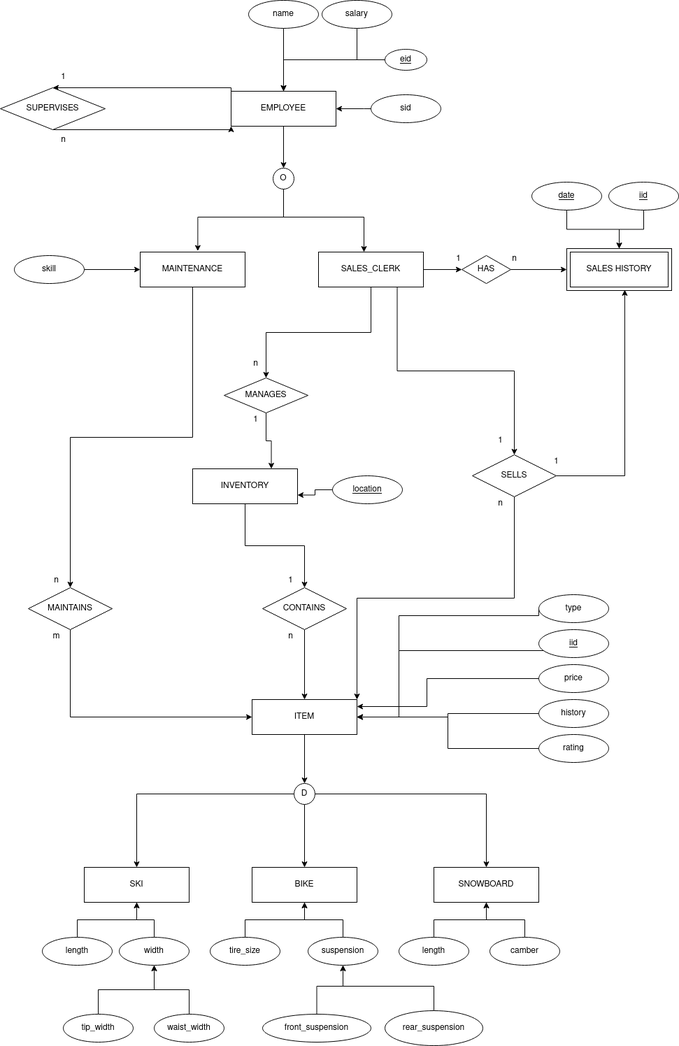
ajh416/BikeShop keeps this draw.io diagram as BikeShop.png. Above is the earlier version. Source tidied: cells renumbered, new cells last; positions are measured from the earlier drawing's top-left corner, leaving out a move shared by most shapes.
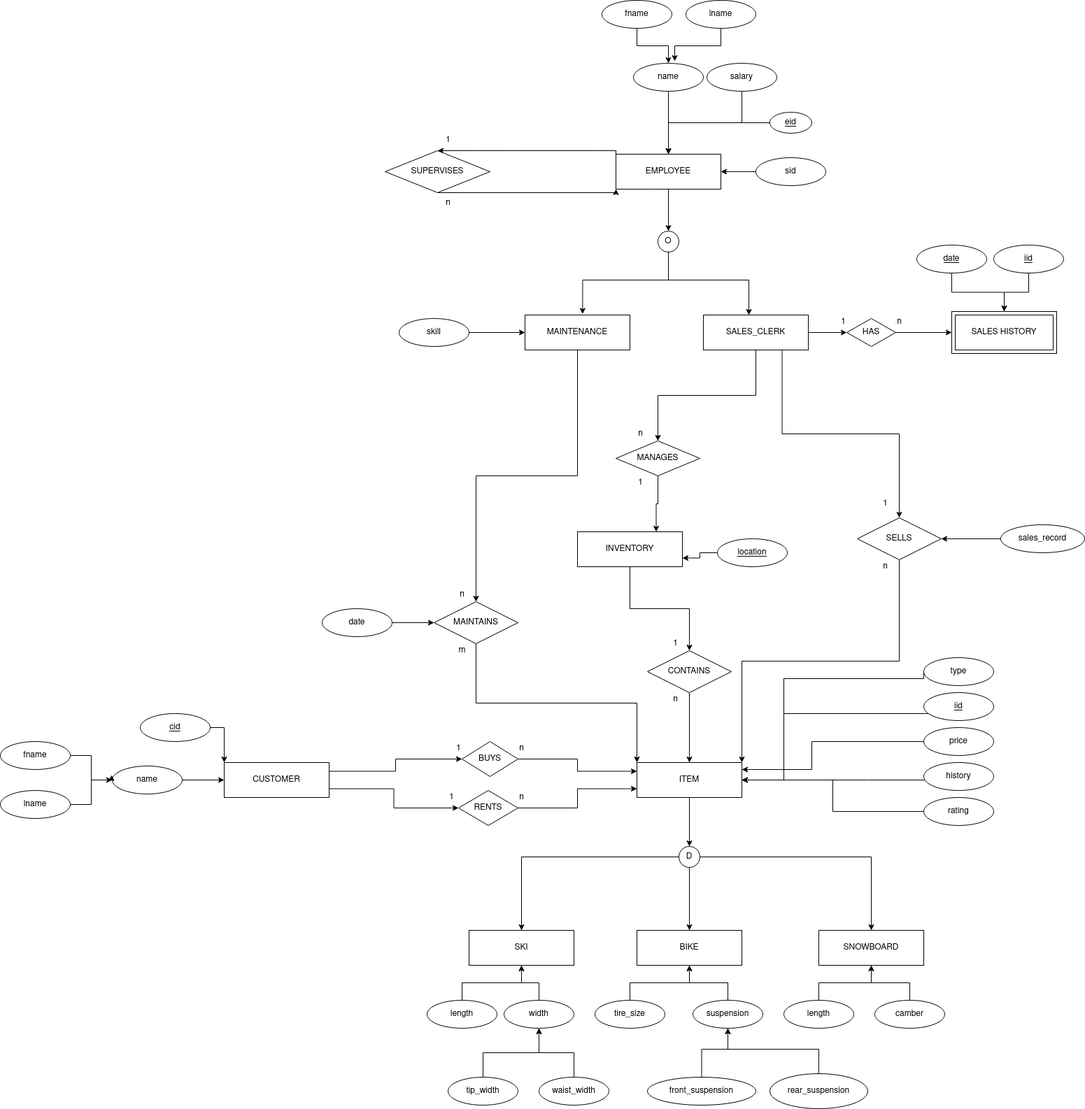
The same diagram one commit later.

What changed in the source:
```diff
@@ -85,7 +85,7 @@
       <mxGeometry relative="1" as="geometry" />
     </mxCell>
     <mxCell id="23" value="MANAGES" style="shape=rhombus;perimeter=rhombusPerimeter;whiteSpace=wrap;html=1;align=center;" parent="1" vertex="1">
-      <mxGeometry x="320" y="540" width="120" height="50" as="geometry" />
+      <mxGeometry x="330" y="540" width="120" height="50" as="geometry" />
     </mxCell>
     <mxCell id="24" style="edgeStyle=orthogonalEdgeStyle;rounded=0;jettySize=auto;html=1;" parent="1" edge="1" source="25" target="37">
       <mxGeometry relative="1" as="geometry" />
@@ -105,7 +105,12 @@
       <mxGeometry x="770" y="950" width="100" height="40" as="geometry" />
     </mxCell>
     <mxCell id="28" style="edgeStyle=orthogonalEdgeStyle;rounded=0;jettySize=auto;html=1;" parent="1" edge="1" source="29" target="25">
-      <mxGeometry relative="1" as="geometry" />
+      <mxGeometry relative="1" as="geometry">
+        <Array as="points">
+          <mxPoint x="690" y="1025" />
+          <mxPoint x="690" y="1025" />
+        </Array>
+      </mxGeometry>
     </mxCell>
     <mxCell id="29" value="history" style="ellipse;whiteSpace=wrap;html=1;align=center;" parent="1" vertex="1">
       <mxGeometry x="770" y="1000" width="100" height="40" as="geometry" />
@@ -154,11 +159,11 @@
     <mxCell id="42" value="CONTAINS" style="shape=rhombus;perimeter=rhombusPerimeter;whiteSpace=wrap;html=1;align=center;" parent="1" vertex="1">
       <mxGeometry x="375" y="840" width="120" height="60" as="geometry" />
     </mxCell>
-    <mxCell id="43" style="edgeStyle=orthogonalEdgeStyle;rounded=0;jettySize=auto;html=1;exitX=0.5;exitY=1;exitDx=0;exitDy=0;entryX=0;entryY=0.5;entryDx=0;entryDy=0;" parent="1" edge="1" source="44" target="25">
+    <mxCell id="43" style="edgeStyle=orthogonalEdgeStyle;rounded=0;jettySize=auto;html=1;exitX=0.5;exitY=1;exitDx=0;exitDy=0;entryX=0;entryY=0;entryDx=0;entryDy=0;" parent="1" edge="1" source="44" target="25">
       <mxGeometry relative="1" as="geometry" />
     </mxCell>
     <mxCell id="44" value="MAINTAINS" style="shape=rhombus;perimeter=rhombusPerimeter;whiteSpace=wrap;html=1;align=center;" parent="1" vertex="1">
-      <mxGeometry x="40" y="840" width="120" height="60" as="geometry" />
+      <mxGeometry x="70" y="770" width="120" height="60" as="geometry" />
     </mxCell>
     <mxCell id="45" style="edgeStyle=orthogonalEdgeStyle;rounded=0;jettySize=auto;html=1;exitX=0;exitY=0.5;exitDx=0;exitDy=0;entryX=1;entryY=0.75;entryDx=0;entryDy=0;" parent="1" edge="1" source="46" target="3">
       <mxGeometry relative="1" as="geometry" />
@@ -247,9 +252,6 @@
     <mxCell id="70" style="edgeStyle=orthogonalEdgeStyle;rounded=0;jettySize=auto;html=1;exitX=0.5;exitY=1;exitDx=0;exitDy=0;entryX=1;entryY=0;entryDx=0;entryDy=0;" parent="1" edge="1" source="72" target="25">
       <mxGeometry relative="1" as="geometry" />
     </mxCell>
-    <mxCell id="71" style="edgeStyle=orthogonalEdgeStyle;rounded=0;jettySize=auto;html=1;exitX=1;exitY=0.5;exitDx=0;exitDy=0;entryX=0.553;entryY=0.983;entryDx=0;entryDy=0;entryPerimeter=0;" parent="1" edge="1" source="72" target="57">
-      <mxGeometry relative="1" as="geometry" />
-    </mxCell>
     <mxCell id="72" value="SELLS" style="shape=rhombus;perimeter=rhombusPerimeter;whiteSpace=wrap;html=1;align=center;" parent="1" vertex="1">
       <mxGeometry x="675" y="650" width="120" height="60" as="geometry" />
     </mxCell>
@@ -306,20 +308,17 @@
     <mxCell id="88" value="n" style="text;html=1;align=center;verticalAlign=middle;strokeColor=none;fillColor=none;" parent="1" vertex="1">
       <mxGeometry x="700" y="700" width="30" height="40" as="geometry" />
     </mxCell>
-    <mxCell id="89" value="1" style="text;html=1;align=center;verticalAlign=middle;strokeColor=none;fillColor=none;" parent="1" vertex="1">
-      <mxGeometry x="780" y="640" width="30" height="40" as="geometry" />
-    </mxCell>
     <mxCell id="90" value="n" style="text;html=1;align=center;verticalAlign=middle;strokeColor=none;fillColor=none;" parent="1" vertex="1">
-      <mxGeometry x="350" y="500" width="30" height="40" as="geometry" />
+      <mxGeometry x="350" y="510" width="30" height="40" as="geometry" />
     </mxCell>
     <mxCell id="91" value="1" style="text;html=1;align=center;verticalAlign=middle;strokeColor=none;fillColor=none;" parent="1" vertex="1">
       <mxGeometry x="350" y="580" width="30" height="40" as="geometry" />
     </mxCell>
     <mxCell id="92" value="n" style="text;html=1;align=center;verticalAlign=middle;strokeColor=none;fillColor=none;" parent="1" vertex="1">
-      <mxGeometry x="65" y="810" width="30" height="40" as="geometry" />
+      <mxGeometry x="95" y="740" width="30" height="40" as="geometry" />
     </mxCell>
     <mxCell id="93" value="m" style="text;html=1;align=center;verticalAlign=middle;strokeColor=none;fillColor=none;" parent="1" vertex="1">
-      <mxGeometry x="60" y="890" width="40" height="40" as="geometry" />
+      <mxGeometry x="90" y="820" width="40" height="40" as="geometry" />
     </mxCell>
     <mxCell id="94" style="edgeStyle=orthogonalEdgeStyle;rounded=0;jettySize=auto;html=1;" parent="1" edge="1" source="95" target="69">
       <mxGeometry relative="1" as="geometry">
@@ -343,5 +342,98 @@
     <mxCell id="97" value="rear_suspension" style="ellipse;whiteSpace=wrap;html=1;align=center;" parent="1" vertex="1">
       <mxGeometry x="550" y="1445" width="140" height="50" as="geometry" />
     </mxCell>
+    <mxCell id="98" style="edgeStyle=orthogonalEdgeStyle;rounded=0;jettySize=auto;html=1;entryX=0;entryY=0.5;entryDx=0;entryDy=0;" parent="1" edge="1" source="99" target="44">
+      <mxGeometry relative="1" as="geometry" />
+    </mxCell>
+    <mxCell id="99" value="date" style="ellipse;whiteSpace=wrap;html=1;align=center;" parent="1" vertex="1">
+      <mxGeometry x="-90" y="780" width="100" height="40" as="geometry" />
+    </mxCell>
+    <mxCell id="100" style="edgeStyle=orthogonalEdgeStyle;rounded=0;jettySize=auto;html=1;exitX=1;exitY=0.25;exitDx=0;exitDy=0;entryX=0;entryY=0.5;entryDx=0;entryDy=0;" parent="1" edge="1" source="102" target="106">
+      <mxGeometry relative="1" as="geometry" />
+    </mxCell>
+    <mxCell id="101" style="edgeStyle=orthogonalEdgeStyle;rounded=0;jettySize=auto;html=1;exitX=1;exitY=0.75;exitDx=0;exitDy=0;entryX=0;entryY=0.5;entryDx=0;entryDy=0;" parent="1" edge="1" source="102" target="108">
+      <mxGeometry relative="1" as="geometry" />
+    </mxCell>
+    <mxCell id="102" value="CUSTOMER" style="whiteSpace=wrap;html=1;align=center;" parent="1" vertex="1">
+      <mxGeometry x="-230" y="1000" width="150" height="50" as="geometry" />
+    </mxCell>
+    <mxCell id="103" style="edgeStyle=orthogonalEdgeStyle;rounded=0;jettySize=auto;html=1;" parent="1" edge="1" source="104" target="72">
+      <mxGeometry relative="1" as="geometry" />
+    </mxCell>
+    <mxCell id="104" value="sales_record" style="ellipse;whiteSpace=wrap;html=1;align=center;" parent="1" vertex="1">
+      <mxGeometry x="880" y="660" width="120" height="40" as="geometry" />
+    </mxCell>
+    <mxCell id="105" style="edgeStyle=orthogonalEdgeStyle;rounded=0;jettySize=auto;html=1;exitX=1;exitY=0.5;exitDx=0;exitDy=0;entryX=0;entryY=0.25;entryDx=0;entryDy=0;" parent="1" edge="1" source="106" target="25">
+      <mxGeometry relative="1" as="geometry" />
+    </mxCell>
+    <mxCell id="106" value="BUYS" style="shape=rhombus;perimeter=rhombusPerimeter;whiteSpace=wrap;html=1;align=center;" parent="1" vertex="1">
+      <mxGeometry x="110" y="970" width="80" height="50" as="geometry" />
+    </mxCell>
+    <mxCell id="107" style="edgeStyle=orthogonalEdgeStyle;rounded=0;jettySize=auto;html=1;exitX=1;exitY=0.5;exitDx=0;exitDy=0;entryX=0;entryY=0.75;entryDx=0;entryDy=0;" parent="1" edge="1" source="108" target="25">
+      <mxGeometry relative="1" as="geometry" />
+    </mxCell>
+    <mxCell id="108" value="RENTS" style="shape=rhombus;perimeter=rhombusPerimeter;whiteSpace=wrap;html=1;align=center;" parent="1" vertex="1">
+      <mxGeometry x="105" y="1040" width="85" height="50" as="geometry" />
+    </mxCell>
+    <mxCell id="109" value="1" style="text;html=1;align=center;verticalAlign=middle;strokeColor=none;fillColor=none;" parent="1" vertex="1">
+      <mxGeometry x="80" y="1030" width="30" height="40" as="geometry" />
+    </mxCell>
+    <mxCell id="110" value="n" style="text;html=1;align=center;verticalAlign=middle;strokeColor=none;fillColor=none;" parent="1" vertex="1">
+      <mxGeometry x="180" y="1030" width="30" height="40" as="geometry" />
+    </mxCell>
+    <mxCell id="111" value="n" style="text;html=1;align=center;verticalAlign=middle;strokeColor=none;fillColor=none;" parent="1" vertex="1">
+      <mxGeometry x="180" y="960" width="30" height="40" as="geometry" />
+    </mxCell>
+    <mxCell id="112" value="1" style="text;html=1;align=center;verticalAlign=middle;strokeColor=none;fillColor=none;" parent="1" vertex="1">
+      <mxGeometry x="90" y="960" width="30" height="40" as="geometry" />
+    </mxCell>
+    <mxCell id="113" style="edgeStyle=orthogonalEdgeStyle;rounded=0;jettySize=auto;html=1;exitX=1;exitY=0.5;exitDx=0;exitDy=0;entryX=0;entryY=0;entryDx=0;entryDy=0;" parent="1" edge="1" source="114" target="102">
+      <mxGeometry relative="1" as="geometry" />
+    </mxCell>
+    <mxCell id="114" value="&lt;u&gt;cid&lt;/u&gt;" style="ellipse;whiteSpace=wrap;html=1;align=center;" parent="1" vertex="1">
+      <mxGeometry x="-350" y="930" width="100" height="40" as="geometry" />
+    </mxCell>
+    <mxCell id="115" style="edgeStyle=orthogonalEdgeStyle;rounded=0;jettySize=auto;html=1;" parent="1" edge="1" source="116" target="102">
+      <mxGeometry relative="1" as="geometry" />
+    </mxCell>
+    <mxCell id="116" value="name" style="ellipse;whiteSpace=wrap;html=1;align=center;" parent="1" vertex="1">
+      <mxGeometry x="-390" y="1005" width="100" height="40" as="geometry" />
+    </mxCell>
+    <mxCell id="117" style="edgeStyle=orthogonalEdgeStyle;rounded=0;jettySize=auto;html=1;exitX=0.5;exitY=1;exitDx=0;exitDy=0;entryX=0.5;entryY=0;entryDx=0;entryDy=0;" parent="1" edge="1" source="118" target="21">
+      <mxGeometry relative="1" as="geometry" />
+    </mxCell>
+    <mxCell id="118" value="fname" style="ellipse;whiteSpace=wrap;html=1;align=center;" parent="1" vertex="1">
+      <mxGeometry x="310" y="-90" width="100" height="40" as="geometry" />
+    </mxCell>
+    <mxCell id="119" style="edgeStyle=orthogonalEdgeStyle;rounded=0;jettySize=auto;html=1;exitX=0.5;exitY=1;exitDx=0;exitDy=0;entryX=0.59;entryY=-0.075;entryDx=0;entryDy=0;entryPerimeter=0;" parent="1" edge="1" source="120" target="21">
+      <mxGeometry relative="1" as="geometry" />
+    </mxCell>
+    <mxCell id="120" value="lname" style="ellipse;whiteSpace=wrap;html=1;align=center;" parent="1" vertex="1">
+      <mxGeometry x="430" y="-90" width="100" height="40" as="geometry" />
+    </mxCell>
+    <mxCell id="121" style="edgeStyle=orthogonalEdgeStyle;rounded=0;jettySize=auto;html=1;exitX=1;exitY=0.5;exitDx=0;exitDy=0;entryX=-0.01;entryY=0.325;entryDx=0;entryDy=0;entryPerimeter=0;" parent="1" edge="1" source="122" target="116">
+      <mxGeometry relative="1" as="geometry">
+        <Array as="points">
+          <mxPoint x="-420" y="990" />
+          <mxPoint x="-420" y="1025" />
+          <mxPoint x="-391" y="1025" />
+        </Array>
+      </mxGeometry>
+    </mxCell>
+    <mxCell id="122" value="fname" style="ellipse;whiteSpace=wrap;html=1;align=center;" parent="1" vertex="1">
+      <mxGeometry x="-550" y="970" width="100" height="40" as="geometry" />
+    </mxCell>
+    <mxCell id="123" style="edgeStyle=orthogonalEdgeStyle;rounded=0;jettySize=auto;html=1;exitX=1;exitY=0.5;exitDx=0;exitDy=0;entryX=0;entryY=0.5;entryDx=0;entryDy=0;" parent="1" edge="1" source="124" target="116">
+      <mxGeometry relative="1" as="geometry">
+        <Array as="points">
+          <mxPoint x="-530" y="1060" />
+          <mxPoint x="-420" y="1060" />
+          <mxPoint x="-420" y="1025" />
+        </Array>
+      </mxGeometry>
+    </mxCell>
+    <mxCell id="124" value="lname" style="ellipse;whiteSpace=wrap;html=1;align=center;" parent="1" vertex="1">
+      <mxGeometry x="-550" y="1040" width="100" height="40" as="geometry" />
+    </mxCell>
   </root>
 </mxGraphModel>
```
